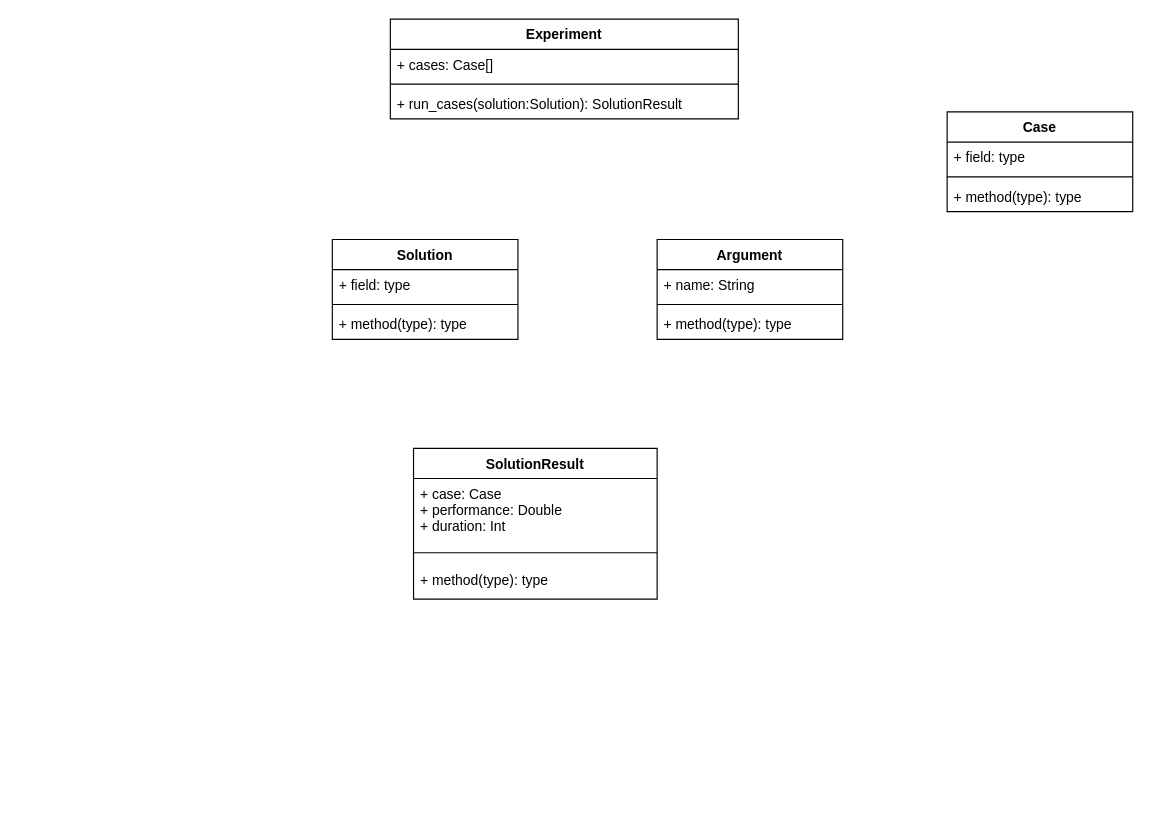
Before: design/Untitled Diagram.drawio in dursunkoc/copt, a draw.io diagram. Source tidied: cells renumbered, new cells numbered last; positions are measured from the earlier drawing's top-left corner, leaving out a move shared by most shapes. Both pictures are drawn from the tidied source at 116%, with x=0, y=0 at pixel (332, 19).
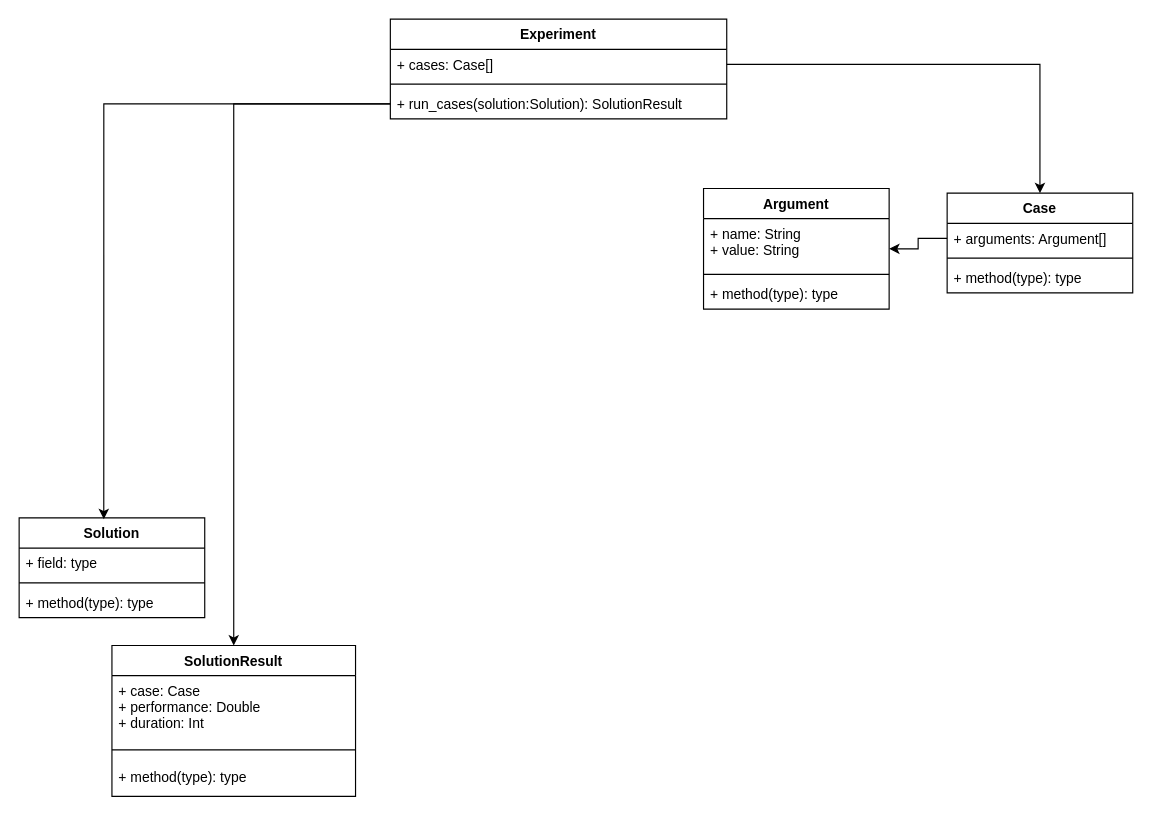
Above is the later version.

Change to the diagram source:
```diff
@@
     <mxCell id="2" value="Experiment" style="swimlane;fontStyle=1;align=center;verticalAlign=top;horizontal=1;startSize=26;" parent="1" vertex="1">
-      <mxGeometry x="50" width="300" height="86" as="geometry" />
+      <mxGeometry x="50" width="290" height="86" as="geometry" />
     </mxCell>
     <mxCell id="3" value="+ cases: Case[]" style="text;strokeColor=none;fillColor=none;align=left;verticalAlign=top;spacingLeft=4;spacingRight=4;overflow=hidden;points=[[0,0.5],[1,0.5]];portConstraint=eastwest;" parent="2" vertex="1">
-      <mxGeometry y="26" width="300" height="26" as="geometry" />
+      <mxGeometry y="26" width="290" height="26" as="geometry" />
     </mxCell>
     <mxCell id="4" style="line;strokeWidth=1;fillColor=none;align=left;verticalAlign=middle;spacingTop=-1;spacingLeft=3;spacingRight=3;labelPosition=right;" parent="2" vertex="1">
-      <mxGeometry y="52" width="300" height="8" as="geometry" />
+      <mxGeometry y="52" width="290" height="8" as="geometry" />
     </mxCell>
     <mxCell id="5" value="+ run_cases(solution:Solution): SolutionResult" style="text;strokeColor=none;fillColor=none;align=left;verticalAlign=top;spacingLeft=4;spacingRight=4;overflow=hidden;points=[[0,0.5],[1,0.5]];portConstraint=eastwest;" parent="2" vertex="1">
-      <mxGeometry y="60" width="300" height="26" as="geometry" />
+      <mxGeometry y="60" width="290" height="26" as="geometry" />
     </mxCell>
     <mxCell id="6" value="Case" style="swimlane;fontStyle=1;align=center;verticalAlign=top;horizontal=1;startSize=26;" parent="1" vertex="1">
-      <mxGeometry x="530" y="80" width="160" height="86" as="geometry" />
+      <mxGeometry x="530" y="150" width="160" height="86" as="geometry" />
     </mxCell>
-    <mxCell id="7" value="+ field: type" style="text;strokeColor=none;fillColor=none;align=left;verticalAlign=top;spacingLeft=4;spacingRight=4;overflow=hidden;points=[[0,0.5],[1,0.5]];portConstraint=eastwest;" parent="6" vertex="1">
+    <mxCell id="7" value="+ arguments: Argument[]" style="text;strokeColor=none;fillColor=none;align=left;verticalAlign=top;spacingLeft=4;spacingRight=4;overflow=hidden;points=[[0,0.5],[1,0.5]];portConstraint=eastwest;" parent="6" vertex="1">
       <mxGeometry y="26" width="160" height="26" as="geometry" />
     </mxCell>
@@
     <mxCell id="10" value="Argument" style="swimlane;fontStyle=1;align=center;verticalAlign=top;horizontal=1;startSize=26;" parent="1" vertex="1">
-      <mxGeometry x="280" y="190" width="160" height="86" as="geometry" />
+      <mxGeometry x="320" y="146" width="160" height="104" as="geometry" />
     </mxCell>
-    <mxCell id="11" value="+ name: String" style="text;strokeColor=none;fillColor=none;align=left;verticalAlign=top;spacingLeft=4;spacingRight=4;overflow=hidden;" parent="10" vertex="1">
-      <mxGeometry y="26" width="160" height="26" as="geometry" />
+    <mxCell id="11" value="+ name: String&#10;+ value: String" style="text;strokeColor=none;fillColor=none;align=left;verticalAlign=top;spacingLeft=4;spacingRight=4;overflow=hidden;" parent="10" vertex="1">
+      <mxGeometry y="26" width="160" height="44" as="geometry" />
     </mxCell>
     <mxCell id="12" style="line;strokeWidth=1;fillColor=none;align=left;verticalAlign=middle;spacingTop=-1;spacingLeft=3;spacingRight=3;labelPosition=right;" parent="10" vertex="1">
-      <mxGeometry y="52" width="160" height="8" as="geometry" />
+      <mxGeometry y="70" width="160" height="8" as="geometry" />
     </mxCell>
     <mxCell id="13" value="+ method(type): type" style="text;strokeColor=none;fillColor=none;align=left;verticalAlign=top;spacingLeft=4;spacingRight=4;overflow=hidden;" parent="10" vertex="1">
-      <mxGeometry y="60" width="160" height="26" as="geometry" />
+      <mxGeometry y="78" width="160" height="26" as="geometry" />
     </mxCell>
     <mxCell id="14" value="Solution" style="swimlane;fontStyle=1;align=center;verticalAlign=top;horizontal=1;startSize=26;" parent="1" vertex="1">
-      <mxGeometry y="190" width="160" height="86" as="geometry" />
+      <mxGeometry x="-270" y="430" width="160" height="86" as="geometry" />
     </mxCell>
@@
     <mxCell id="18" value="SolutionResult" style="swimlane;fontStyle=1;align=center;verticalAlign=top;horizontal=1;startSize=26;" parent="1" vertex="1">
-      <mxGeometry x="70" y="370" width="210" height="130" as="geometry" />
+      <mxGeometry x="-190" y="540" width="210" height="130" as="geometry" />
     </mxCell>
@@
+    <mxCell id="22" style="edgeStyle=orthogonalEdgeStyle;rounded=0;jettySize=auto;html=1;entryX=0.5;entryY=0;entryDx=0;entryDy=0;" parent="1" edge="1" source="5" target="18">
+      <mxGeometry relative="1" as="geometry" />
+    </mxCell>
+    <mxCell id="23" style="edgeStyle=orthogonalEdgeStyle;rounded=0;jettySize=auto;html=1;entryX=0.456;entryY=0.012;entryDx=0;entryDy=0;entryPerimeter=0;" parent="1" edge="1" source="5" target="14">
+      <mxGeometry relative="1" as="geometry" />
+    </mxCell>
+    <mxCell id="24" style="edgeStyle=orthogonalEdgeStyle;rounded=0;jettySize=auto;html=1;entryX=0.5;entryY=0;entryDx=0;entryDy=0;" parent="1" edge="1" source="3" target="6">
+      <mxGeometry relative="1" as="geometry" />
+    </mxCell>
+    <mxCell id="25" style="edgeStyle=orthogonalEdgeStyle;rounded=0;jettySize=auto;html=1;" parent="1" edge="1" source="7" target="10">
+      <mxGeometry relative="1" as="geometry" />
+    </mxCell>
```
